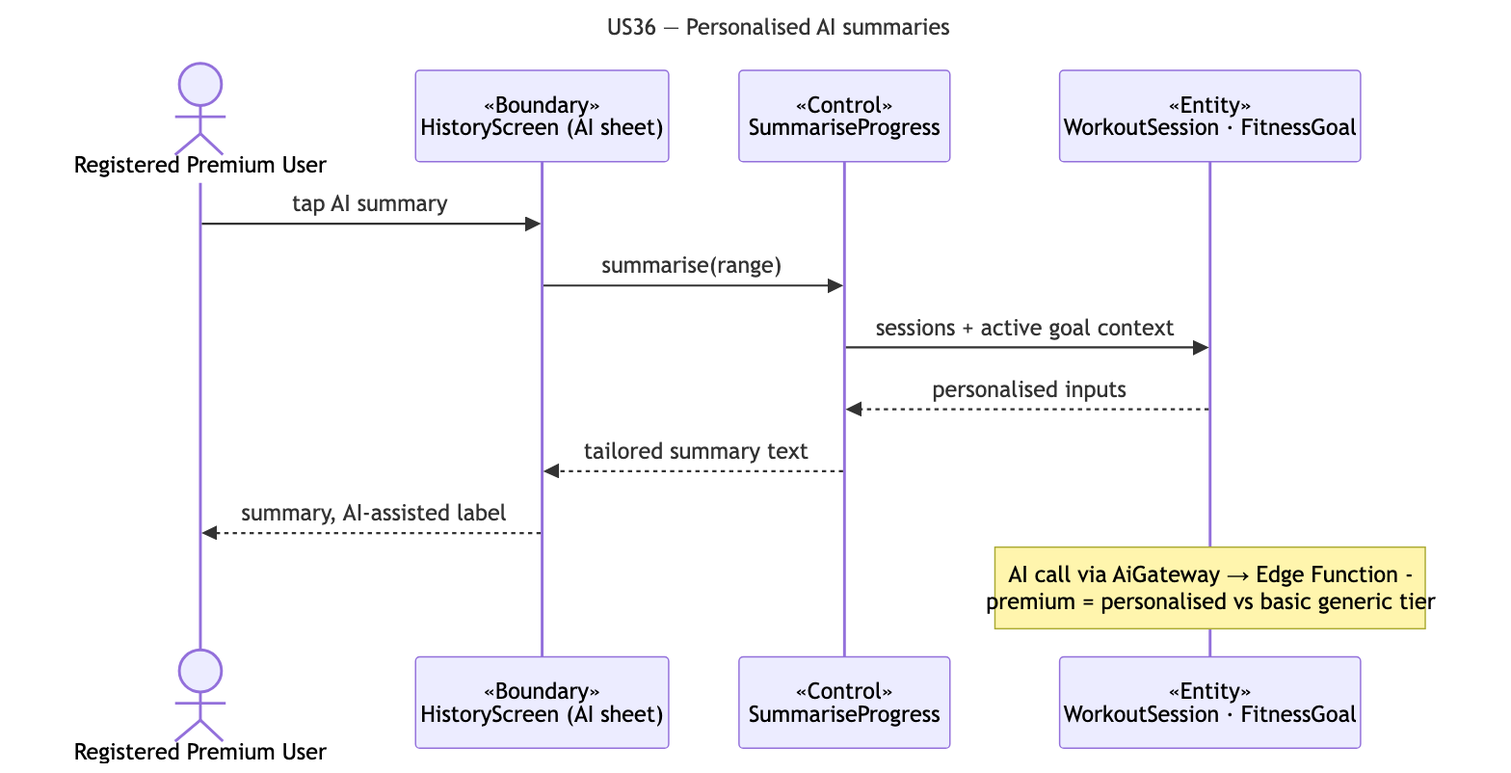
Earlier version of the Mermaid export docs/deliverables/sequence-diagrams/US36-personal-ai-summary.png (cyuanjun/FYP-26-S2-37-app). Its source is kept beside it as docs/deliverables/sequence-diagrams/src/US36-personal-ai-summary.mmd.
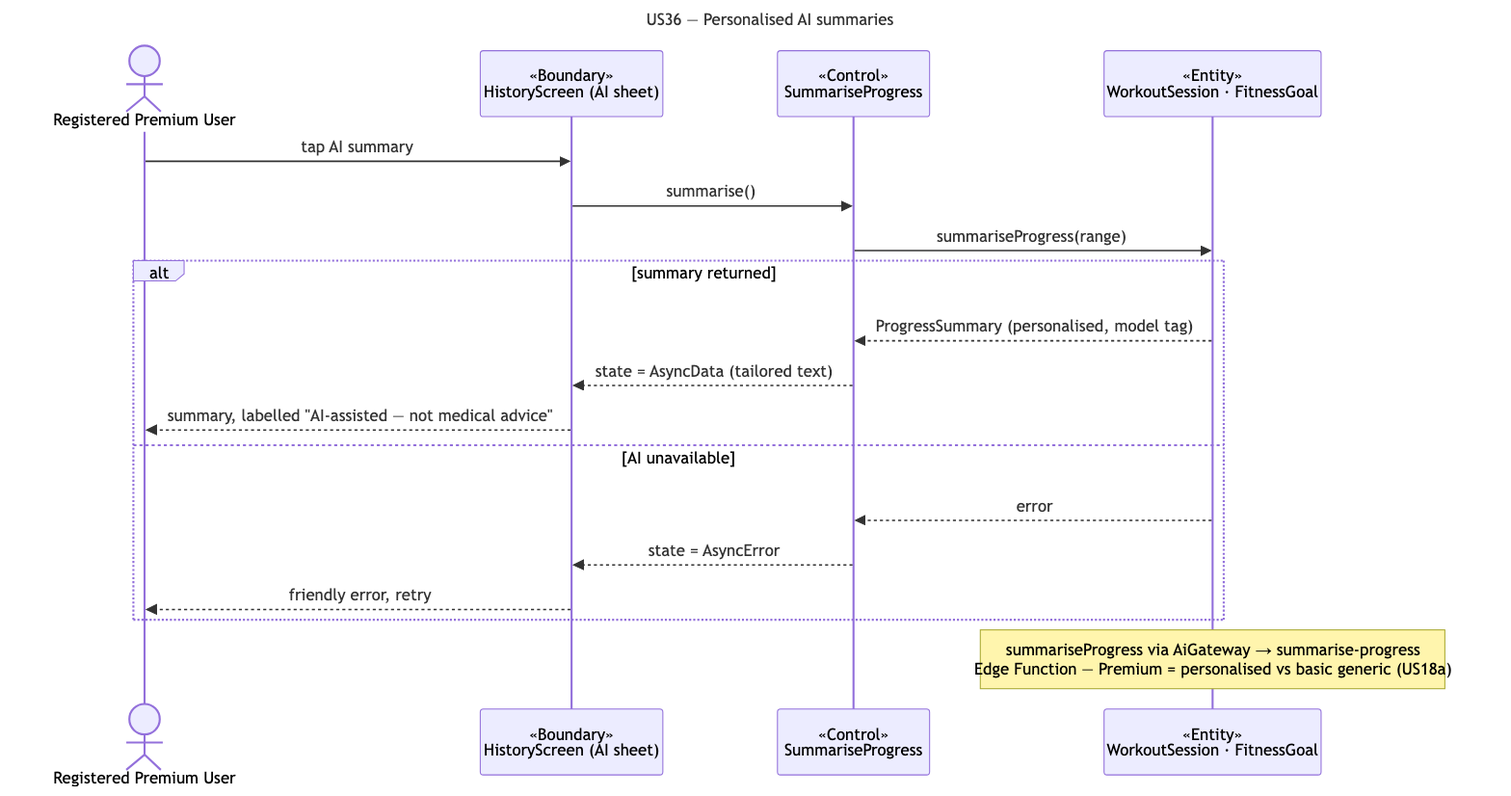
After the change.

What changed in the source:
```diff
@@ -7,9 +7,15 @@
   participant C as «Control»<br/>SummariseProgress
   participant E as «Entity»<br/>WorkoutSession · FitnessGoal
   A->>B: tap AI summary
-  B->>C: summarise(range)
-  C->>E: sessions + active goal context
-  E-->>C: personalised inputs
-  C-->>B: tailored summary text
-  B-->>A: summary, AI-assisted label
-  note over E: AI call via AiGateway → Edge Function -<br/>premium = personalised vs basic generic tier
+  B->>C: summarise()
+  C->>E: summariseProgress(range)
+  alt summary returned
+    E-->>C: ProgressSummary (personalised, model tag)
+    C-->>B: state = AsyncData (tailored text)
+    B-->>A: summary, labelled "AI-assisted — not medical advice"
+  else AI unavailable
+    E-->>C: error
+    C-->>B: state = AsyncError
+    B-->>A: friendly error, retry
+  end
+  note over E: summariseProgress via AiGateway → summarise-progress<br/>Edge Function — Premium = personalised vs basic generic (US18a)
```
